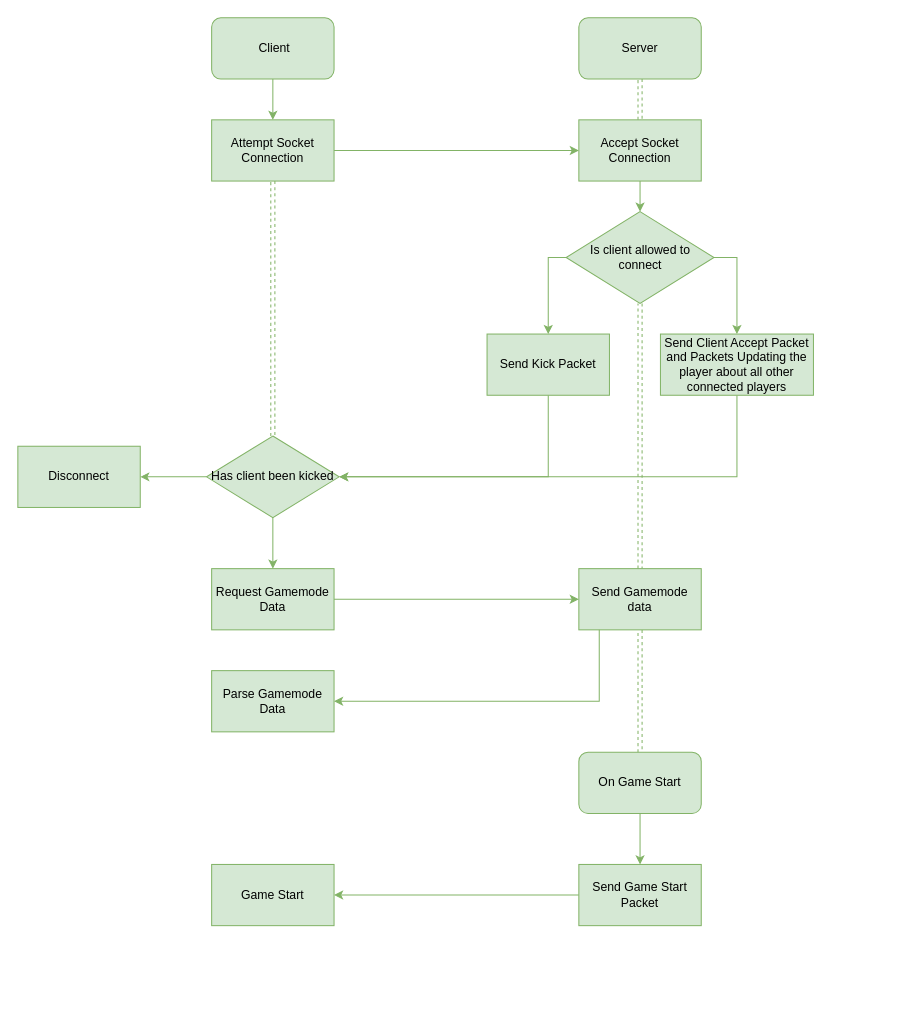
Before: page "Pregame Flow" (4 of 5) of Docs/Plan Diagram (open with www.draw.io).drawio in Robert-M-Lucas/NEA, a draw.io diagram. Source tidied: cells renumbered, new cells numbered last; positions are measured from the earlier drawing's top-left corner, leaving out a move shared by most shapes. Both pictures are drawn from the tidied source at 102%, with x=0, y=0 at pixel (17, 17).
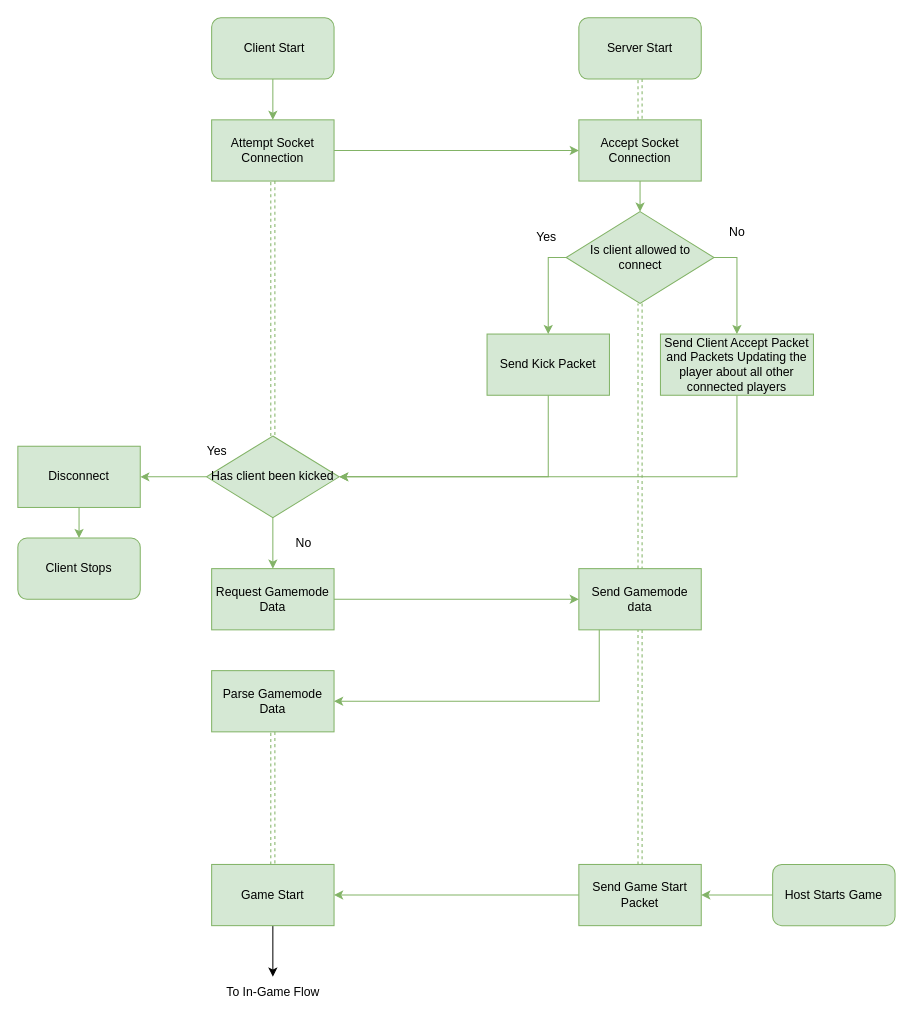
The same page after the edit.

Unchanged cells that the change refers to:
```xml
<mxCell id="22" value="Disconnect" style="rounded=0;whiteSpace=wrap;html=1;fillColor=#d5e8d4;strokeColor=#82b366;" parent="1" vertex="1">
  <mxGeometry y="420" width="120" height="60" as="geometry" />
</mxCell>
<mxCell id="27" value="Send Gamemode data" style="rounded=0;whiteSpace=wrap;html=1;fillColor=#d5e8d4;strokeColor=#82b366;" parent="1" vertex="1">
  <mxGeometry x="550" y="540" width="120" height="60" as="geometry" />
</mxCell>
<mxCell id="28" value="Parse Gamemode Data" style="rounded=0;whiteSpace=wrap;html=1;fillColor=#d5e8d4;strokeColor=#82b366;" parent="1" vertex="1">
  <mxGeometry x="190" y="640" width="120" height="60" as="geometry" />
</mxCell>
<mxCell id="32" value="Send Game Start Packet" style="rounded=0;whiteSpace=wrap;html=1;fillColor=#d5e8d4;strokeColor=#82b366;" parent="1" vertex="1">
  <mxGeometry x="550" y="830" width="120" height="60" as="geometry" />
</mxCell>
<mxCell id="33" value="Game Start" style="rounded=0;whiteSpace=wrap;html=1;fillColor=#d5e8d4;strokeColor=#82b366;" parent="1" vertex="1">
  <mxGeometry x="190" y="830" width="120" height="60" as="geometry" />
</mxCell>
```

Change to the diagram source:
```diff
@@
-    <mxCell id="3" value="&amp;nbsp;Client" style="rounded=1;whiteSpace=wrap;html=1;fillColor=#d5e8d4;strokeColor=#82b366;" parent="1" vertex="1">
+    <mxCell id="3" value="&amp;nbsp;Client Start" style="rounded=1;whiteSpace=wrap;html=1;fillColor=#d5e8d4;strokeColor=#82b366;" parent="1" vertex="1">
       <mxGeometry x="190" width="120" height="60" as="geometry" />
     </mxCell>
@@
-    <mxCell id="8" value="Server" style="rounded=1;whiteSpace=wrap;html=1;fillColor=#d5e8d4;strokeColor=#82b366;" parent="1" vertex="1">
+    <mxCell id="8" value="Server Start" style="rounded=1;whiteSpace=wrap;html=1;fillColor=#d5e8d4;strokeColor=#82b366;" parent="1" vertex="1">
       <mxGeometry x="550" width="120" height="60" as="geometry" />
     </mxCell>
@@
+    <mxCell id="34" style="edgeStyle=orthogonalEdgeStyle;rounded=0;jettySize=auto;html=1;fillColor=#d5e8d4;strokeColor=#82b366;" parent="1" edge="1" source="22" target="37">
+      <mxGeometry relative="1" as="geometry" />
+    </mxCell>
@@
-    <mxCell id="26" style="edgeStyle=orthogonalEdgeStyle;shape=link;rounded=0;jettySize=auto;html=1;entryX=0.5;entryY=0;entryDx=0;entryDy=0;dashed=1;fillColor=#d5e8d4;strokeColor=#82b366;" parent="1" edge="1" source="27" target="30">
+    <mxCell id="26" style="edgeStyle=orthogonalEdgeStyle;shape=link;rounded=0;jettySize=auto;html=1;entryX=0.5;entryY=0;entryDx=0;entryDy=0;dashed=1;fillColor=#d5e8d4;strokeColor=#82b366;" parent="1" edge="1" source="27" target="32">
       <mxGeometry relative="1" as="geometry" />
     </mxCell>
@@
+    <mxCell id="35" style="edgeStyle=orthogonalEdgeStyle;rounded=0;jettySize=auto;html=1;exitX=0.5;exitY=1;exitDx=0;exitDy=0;entryX=0.5;entryY=0;entryDx=0;entryDy=0;shape=link;dashed=1;fillColor=#d5e8d4;strokeColor=#82b366;" parent="1" edge="1" source="28" target="33">
+      <mxGeometry relative="1" as="geometry" />
+    </mxCell>
@@
-    <mxCell id="29" style="edgeStyle=orthogonalEdgeStyle;rounded=0;jettySize=auto;html=1;entryX=0.5;entryY=0;entryDx=0;entryDy=0;fillColor=#d5e8d4;strokeColor=#82b366;" parent="1" edge="1" source="30" target="32">
+    <mxCell id="29" style="edgeStyle=orthogonalEdgeStyle;rounded=0;jettySize=auto;html=1;exitX=0;exitY=0.5;exitDx=0;exitDy=0;entryX=1;entryY=0.5;entryDx=0;entryDy=0;fillColor=#d5e8d4;strokeColor=#82b366;" parent="1" edge="1" source="30" target="32">
       <mxGeometry relative="1" as="geometry" />
     </mxCell>
-    <mxCell id="30" value="On Game Start" style="rounded=1;whiteSpace=wrap;html=1;fillColor=#d5e8d4;strokeColor=#82b366;" parent="1" vertex="1">
-      <mxGeometry x="550" y="720" width="120" height="60" as="geometry" />
+    <mxCell id="30" value="Host Starts Game" style="rounded=1;whiteSpace=wrap;html=1;fillColor=#d5e8d4;strokeColor=#82b366;" parent="1" vertex="1">
+      <mxGeometry x="740" y="830" width="120" height="60" as="geometry" />
     </mxCell>
@@
+    <mxCell id="36" style="edgeStyle=orthogonalEdgeStyle;rounded=0;jettySize=auto;html=1;exitX=0.5;exitY=1;exitDx=0;exitDy=0;" parent="1" edge="1" source="33">
+      <mxGeometry relative="1" as="geometry">
+        <mxPoint x="250" y="940" as="targetPoint" />
+      </mxGeometry>
+    </mxCell>
@@
+    <mxCell id="37" value="Client Stops" style="rounded=1;whiteSpace=wrap;html=1;fillColor=#d5e8d4;strokeColor=#82b366;" parent="1" vertex="1">
+      <mxGeometry y="510" width="120" height="60" as="geometry" />
+    </mxCell>
+    <mxCell id="38" value="No" style="text;html=1;align=center;verticalAlign=middle;strokeColor=none;fillColor=none;" parent="1" vertex="1">
+      <mxGeometry x="685" y="195" width="40" height="30" as="geometry" />
+    </mxCell>
+    <mxCell id="39" value="Yes" style="text;html=1;align=center;verticalAlign=middle;strokeColor=none;fillColor=none;" parent="1" vertex="1">
+      <mxGeometry x="497.5" y="200" width="40" height="30" as="geometry" />
+    </mxCell>
+    <mxCell id="40" value="Yes" style="text;html=1;align=center;verticalAlign=middle;strokeColor=none;fillColor=none;" parent="1" vertex="1">
+      <mxGeometry x="175" y="410" width="40" height="30" as="geometry" />
+    </mxCell>
+    <mxCell id="41" value="No" style="text;html=1;align=center;verticalAlign=middle;strokeColor=none;fillColor=none;" parent="1" vertex="1">
+      <mxGeometry x="260" y="500" width="40" height="30" as="geometry" />
+    </mxCell>
+    <mxCell id="42" value="To In-Game Flow" style="text;html=1;align=center;verticalAlign=middle;strokeColor=none;fillColor=none;" parent="1" vertex="1">
+      <mxGeometry x="195" y="940" width="110" height="30" as="geometry" />
+    </mxCell>
```
